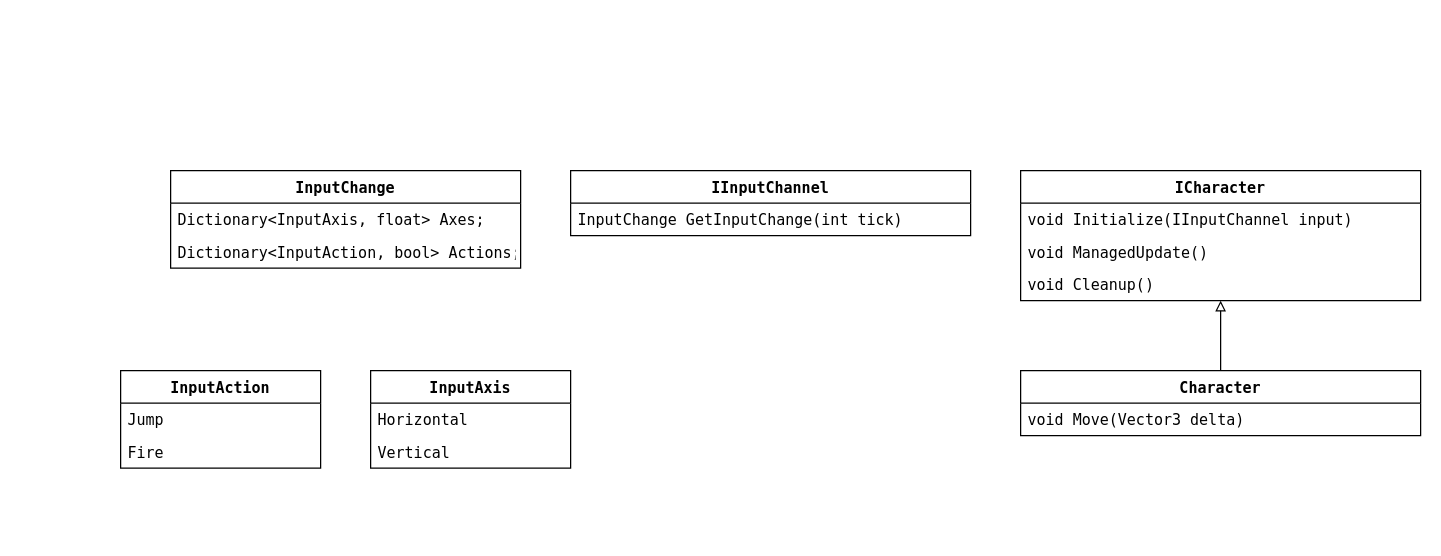
The draw.io diagram Returninator Structure.drawio in Towkin/ReturninatorUnity, before the edit. Source tidied: cells renumbered, new cells numbered last; positions are measured from the earlier drawing's top-left corner, leaving out a move shared by most shapes. Both pictures are drawn from the tidied source at 125%, with x=0, y=0 at pixel (120, 170).
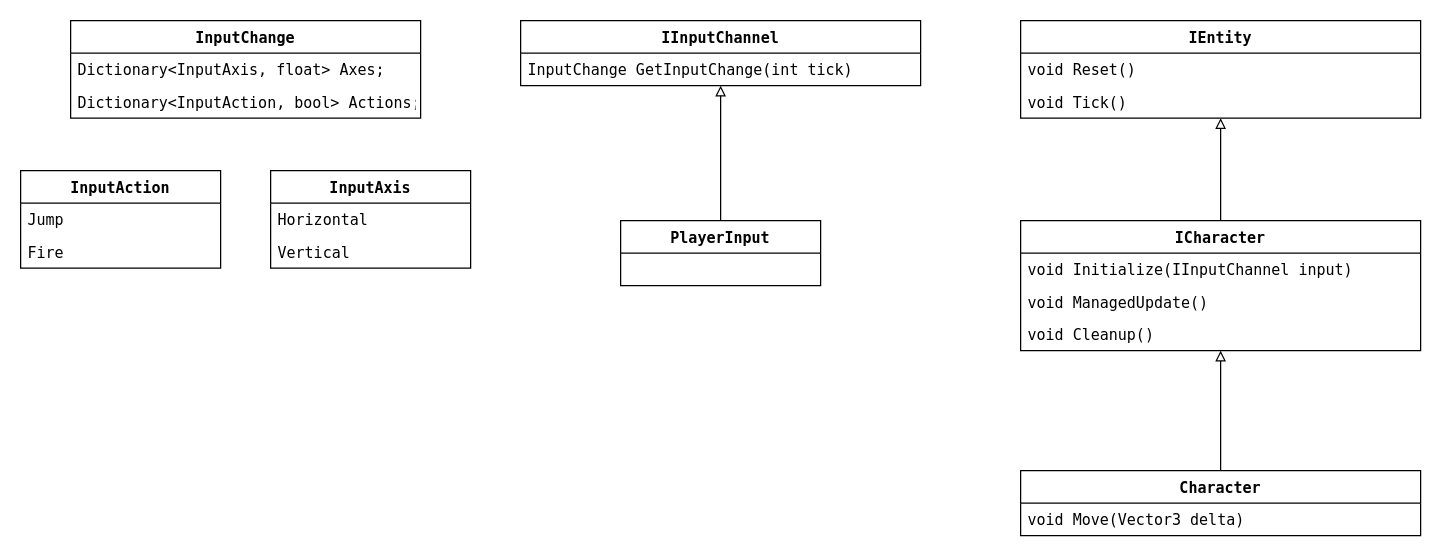
The same page after the edit.

Change to the diagram source:
```diff
@@
+    <mxCell id="20" style="edgeStyle=orthogonalEdgeStyle;rounded=0;jettySize=auto;html=1;fontFamily=Lucida Console;endArrow=block;endFill=0;" parent="1" edge="1" source="2" target="21">
+      <mxGeometry relative="1" as="geometry" />
+    </mxCell>
     <mxCell id="2" value="ICharacter" style="swimlane;fontStyle=1;align=center;verticalAlign=top;horizontal=1;startSize=26;fontFamily=Lucida Console;" parent="1" vertex="1">
-      <mxGeometry x="720" width="320" height="104" as="geometry" />
+      <mxGeometry x="720" y="40" width="320" height="104" as="geometry" />
     </mxCell>
@@
     <mxCell id="7" value="Character" style="swimlane;fontStyle=1;align=center;verticalAlign=top;horizontal=1;startSize=26;fontFamily=Lucida Console;" parent="1" vertex="1">
-      <mxGeometry x="720" y="160" width="320" height="52" as="geometry" />
+      <mxGeometry x="720" y="240" width="320" height="52" as="geometry" />
     </mxCell>
@@
     <mxCell id="9" value="IInputChannel" style="swimlane;fontStyle=1;align=center;verticalAlign=top;horizontal=1;startSize=26;fontFamily=Lucida Console;" parent="1" vertex="1">
-      <mxGeometry x="360" width="320" height="52" as="geometry" />
+      <mxGeometry x="320" y="-120" width="320" height="52" as="geometry" />
     </mxCell>
@@
     <mxCell id="11" value="InputChange" style="swimlane;fontStyle=1;align=center;verticalAlign=top;horizontal=1;startSize=26;fontFamily=Lucida Console;" parent="1" vertex="1">
-      <mxGeometry x="40" width="280" height="78" as="geometry" />
+      <mxGeometry x="-40" y="-120" width="280" height="78" as="geometry" />
     </mxCell>
@@
     <mxCell id="14" value="InputAxis" style="swimlane;fontStyle=1;align=center;verticalAlign=top;horizontal=1;startSize=26;fontFamily=Lucida Console;" parent="1" vertex="1">
-      <mxGeometry x="200" y="160" width="160" height="78" as="geometry" />
+      <mxGeometry x="120" width="160" height="78" as="geometry" />
     </mxCell>
@@
     <mxCell id="17" value="InputAction" style="swimlane;fontStyle=1;align=center;verticalAlign=top;horizontal=1;startSize=26;fontFamily=Lucida Console;" parent="1" vertex="1">
-      <mxGeometry y="160" width="160" height="78" as="geometry" />
+      <mxGeometry x="-80" width="160" height="78" as="geometry" />
     </mxCell>
@@
+    <mxCell id="21" value="IEntity" style="swimlane;fontStyle=1;align=center;verticalAlign=top;horizontal=1;startSize=26;fontFamily=Lucida Console;" parent="1" vertex="1">
+      <mxGeometry x="720" y="-120" width="320" height="78" as="geometry" />
+    </mxCell>
+    <mxCell id="22" value="void Reset()" style="text;strokeColor=none;fillColor=none;align=left;verticalAlign=top;spacingLeft=4;spacingRight=4;overflow=hidden;fontFamily=Lucida Console;" parent="21" vertex="1">
+      <mxGeometry y="26" width="320" height="26" as="geometry" />
+    </mxCell>
+    <mxCell id="23" value="void Tick()" style="text;strokeColor=none;fillColor=none;align=left;verticalAlign=top;spacingLeft=4;spacingRight=4;overflow=hidden;fontFamily=Lucida Console;" parent="21" vertex="1">
+      <mxGeometry y="52" width="320" height="26" as="geometry" />
+    </mxCell>
+    <mxCell id="24" style="edgeStyle=orthogonalEdgeStyle;rounded=0;jettySize=auto;html=1;endArrow=block;endFill=0;fontFamily=Lucida Console;" parent="1" edge="1" source="25" target="9">
+      <mxGeometry relative="1" as="geometry" />
+    </mxCell>
+    <mxCell id="25" value="PlayerInput" style="swimlane;fontStyle=1;align=center;verticalAlign=top;horizontal=1;startSize=26;fontFamily=Lucida Console;" parent="1" vertex="1">
+      <mxGeometry x="400" y="40" width="160" height="52" as="geometry" />
+    </mxCell>
```
